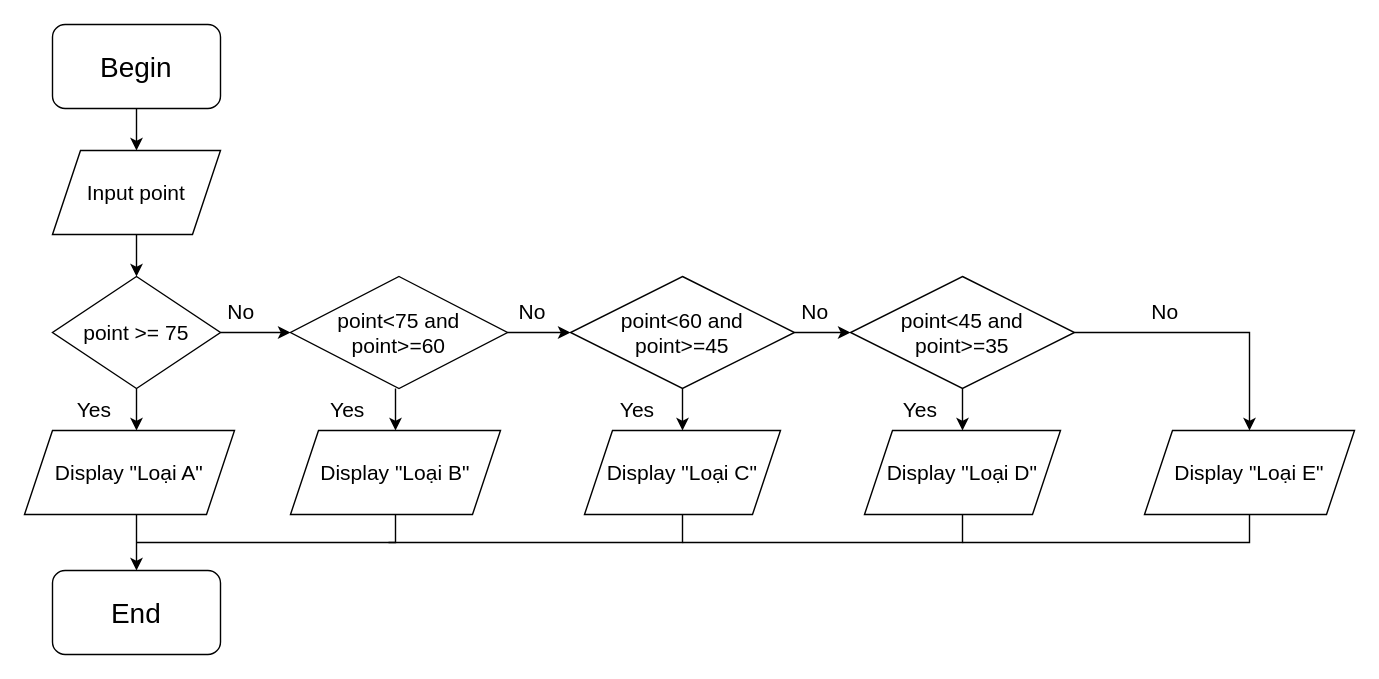
HaPhuocSang/codegym-jv105 keeps this draw.io diagram as ss004_Pseudocode_Flowchart/Mô tả thuật toán có cấu trúc điều kiện.drawio. Above is the earlier version. Source tidied: cells renumbered, new cells numbered last; positions are measured from the earlier drawing's top-left corner, leaving out a move shared by most shapes. Both pictures are drawn from the tidied source at 140%, with x=0, y=0 at pixel (24, 24).
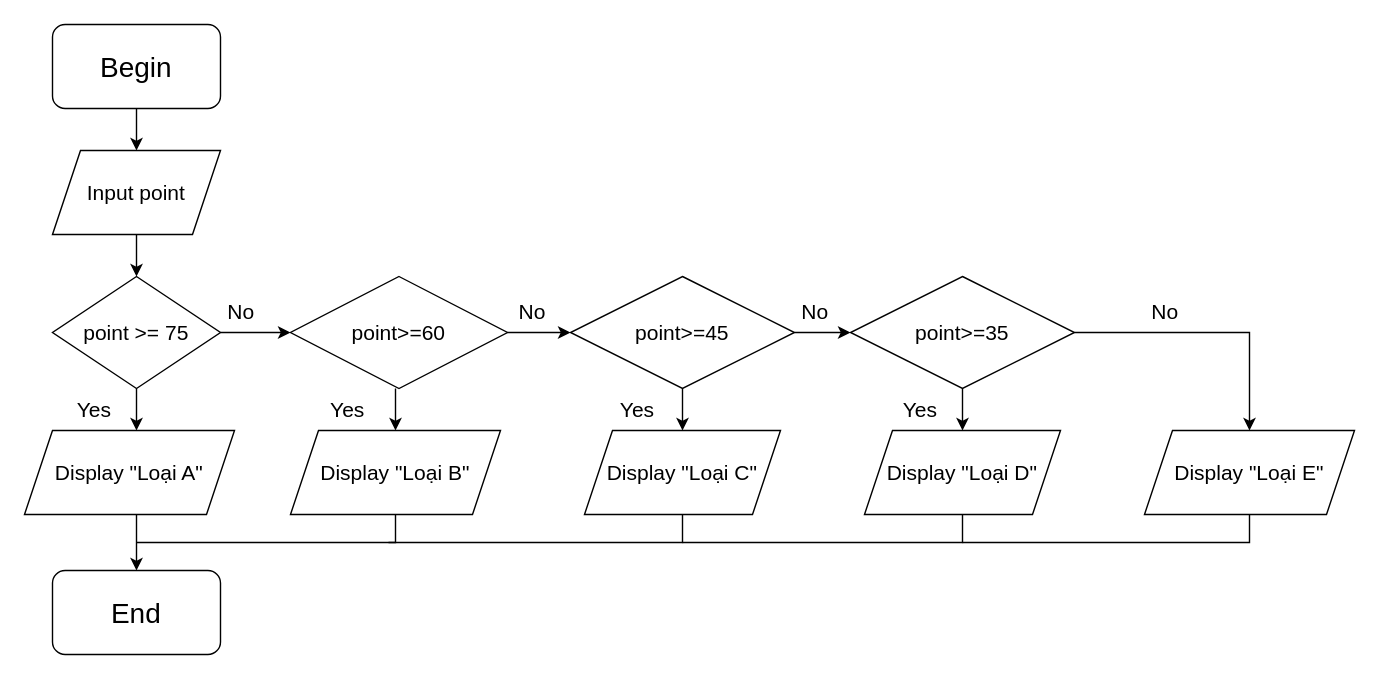
After the change.

Diff of the diagram source:
```diff
@@
-    <mxCell id="18" value="point&amp;lt;60 and point&amp;gt;=45" style="rhombus;whiteSpace=wrap;html=1;fontSize=15;" parent="1" vertex="1">
+    <mxCell id="18" value="point&amp;gt;=45" style="rhombus;whiteSpace=wrap;html=1;fontSize=15;" parent="1" vertex="1">
       <mxGeometry x="390" y="180" width="160" height="80" as="geometry" />
     </mxCell>
@@
-    <mxCell id="26" value="point&amp;lt;45 and point&amp;gt;=35" style="rhombus;whiteSpace=wrap;html=1;fontSize=15;" parent="1" vertex="1">
+    <mxCell id="26" value="point&amp;gt;=35" style="rhombus;whiteSpace=wrap;html=1;fontSize=15;" parent="1" vertex="1">
       <mxGeometry x="590" y="180" width="160" height="80" as="geometry" />
     </mxCell>
@@
-    <mxCell id="36" value="point&amp;lt;75 and point&amp;gt;=60" style="rhombus;whiteSpace=wrap;html=1;fontSize=15;" parent="1" vertex="1">
+    <mxCell id="36" value="point&amp;gt;=60" style="rhombus;whiteSpace=wrap;html=1;fontSize=15;" parent="1" vertex="1">
       <mxGeometry x="190" y="180" width="155" height="80" as="geometry" />
     </mxCell>
```
